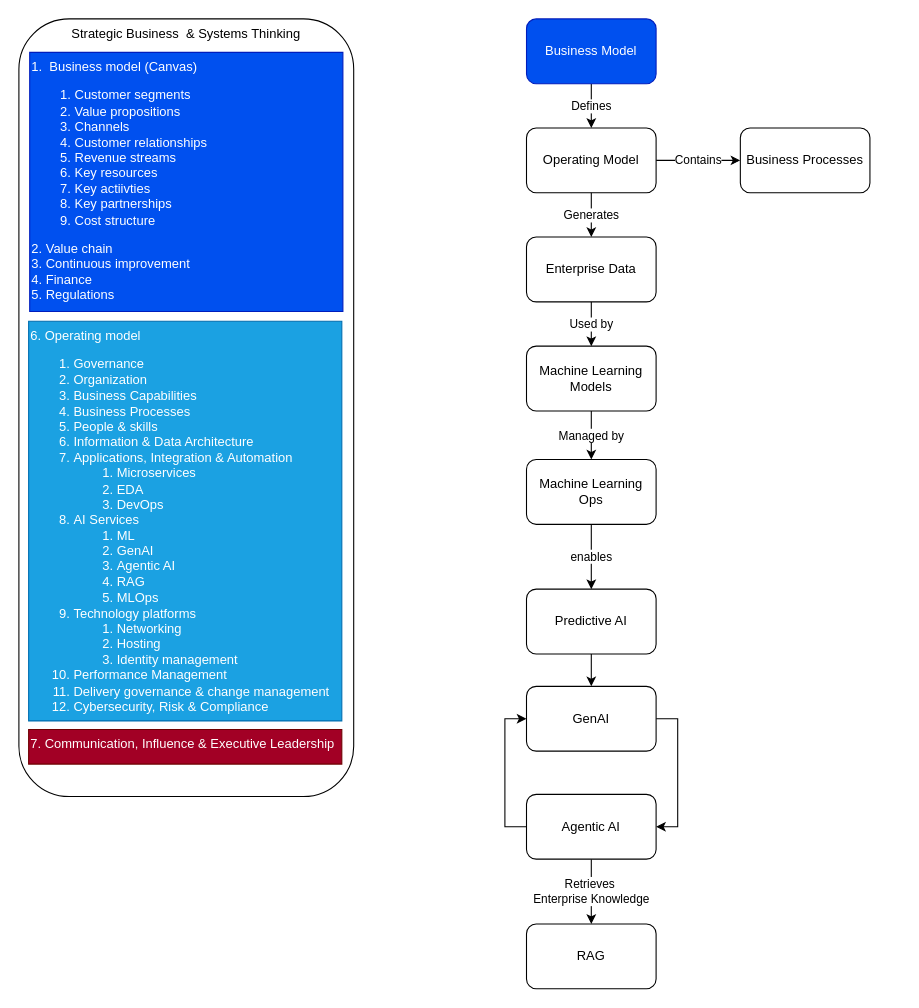
The draw.io diagram page "EA Competencies" (1 of 3) of assets/E_A_Skillsets.drawio in knaidoo/github-slideshow, before the edit. Source tidied: cells renumbered, new cells numbered last; positions are measured from the earlier drawing's top-left corner, leaving out a move shared by most shapes. Both pictures are drawn from the tidied source at 108%, with x=0, y=0 at pixel (18, 18).
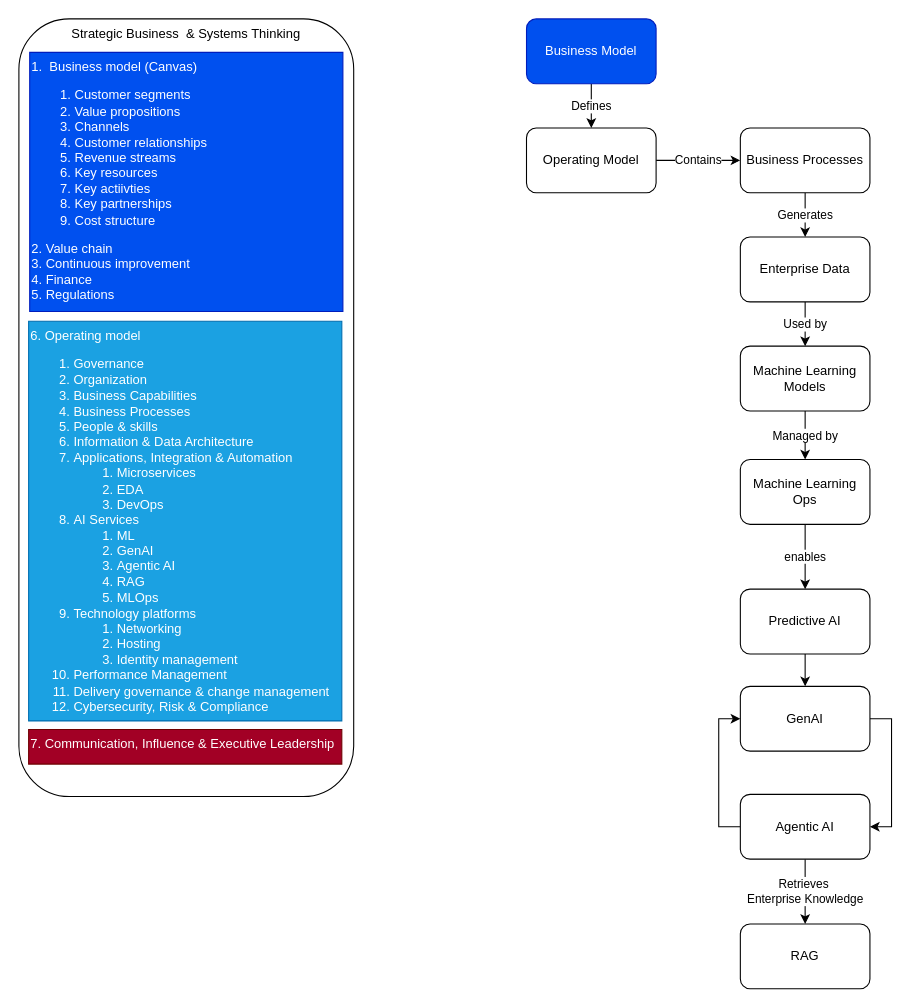
Above is the later version.

Unchanged cells that the change refers to:
```xml
<mxCell id="7" value="Operating Model" style="rounded=1;whiteSpace=wrap;html=1;" parent="1" vertex="1">
  <mxGeometry x="470" y="101" width="120" height="60" as="geometry" />
</mxCell>
<mxCell id="11" value="Business Processes" style="rounded=1;whiteSpace=wrap;html=1;" parent="1" vertex="1">
  <mxGeometry x="668" y="101" width="120" height="60" as="geometry" />
</mxCell>
```

What changed in the source:
```diff
@@
     <mxCell id="5" value="Machine Learning Models" style="rounded=1;whiteSpace=wrap;html=1;" parent="1" vertex="1">
-      <mxGeometry x="470" y="303" width="120" height="60" as="geometry" />
+      <mxGeometry x="668" y="303" width="120" height="60" as="geometry" />
     </mxCell>
@@
-    <mxCell id="10" value="Generates" style="edgeStyle=orthogonalEdgeStyle;rounded=0;jettySize=auto;html=1;exitX=0.5;exitY=1;exitDx=0;exitDy=0;entryX=0.5;entryY=0;entryDx=0;entryDy=0;" parent="1" edge="1" source="7" target="13">
+    <mxCell id="10" value="Generates" style="edgeStyle=orthogonalEdgeStyle;rounded=0;jettySize=auto;html=1;exitX=0.5;exitY=1;exitDx=0;exitDy=0;entryX=0.5;entryY=0;entryDx=0;entryDy=0;" parent="1" edge="1" source="11" target="13">
       <mxGeometry relative="1" as="geometry" />
     </mxCell>
@@
     <mxCell id="13" value="Enterprise Data" style="rounded=1;whiteSpace=wrap;html=1;" parent="1" vertex="1">
-      <mxGeometry x="470" y="202" width="120" height="60" as="geometry" />
+      <mxGeometry x="668" y="202" width="120" height="60" as="geometry" />
     </mxCell>
@@
     <mxCell id="15" value="GenAI" style="rounded=1;whiteSpace=wrap;html=1;" parent="1" vertex="1">
-      <mxGeometry x="470" y="618" width="120" height="60" as="geometry" />
+      <mxGeometry x="668" y="618" width="120" height="60" as="geometry" />
     </mxCell>
@@
     <mxCell id="17" value="Machine Learning Ops" style="rounded=1;whiteSpace=wrap;html=1;" parent="1" vertex="1">
-      <mxGeometry x="470" y="408" width="120" height="60" as="geometry" />
+      <mxGeometry x="668" y="408" width="120" height="60" as="geometry" />
     </mxCell>
@@
     <mxCell id="19" value="Predictive AI" style="rounded=1;whiteSpace=wrap;html=1;" parent="1" vertex="1">
-      <mxGeometry x="470" y="528" width="120" height="60" as="geometry" />
+      <mxGeometry x="668" y="528" width="120" height="60" as="geometry" />
     </mxCell>
     <mxCell id="20" value="RAG" style="rounded=1;whiteSpace=wrap;html=1;" parent="1" vertex="1">
-      <mxGeometry x="470" y="838" width="120" height="60" as="geometry" />
+      <mxGeometry x="668" y="838" width="120" height="60" as="geometry" />
     </mxCell>
@@
     <mxCell id="23" value="Agentic AI" style="rounded=1;whiteSpace=wrap;html=1;" parent="1" vertex="1">
-      <mxGeometry x="470" y="718" width="120" height="60" as="geometry" />
+      <mxGeometry x="668" y="718" width="120" height="60" as="geometry" />
     </mxCell>
```
